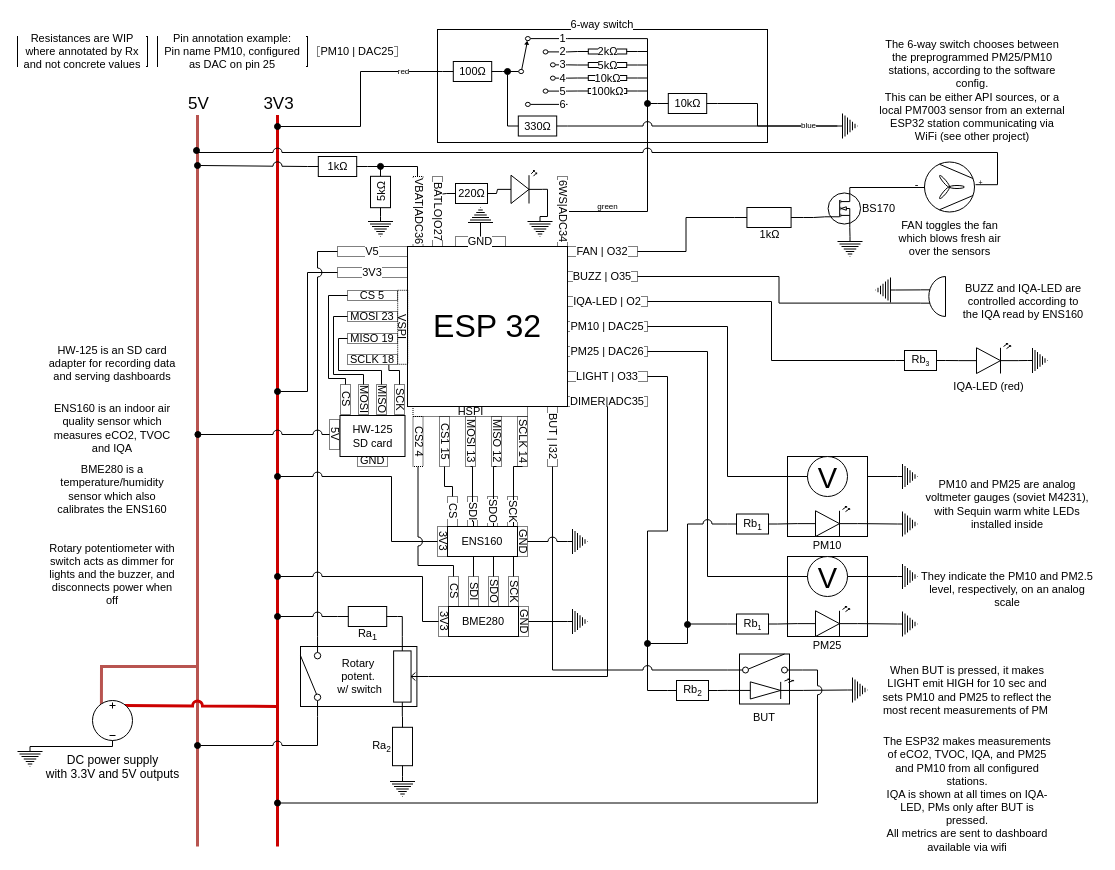
Before: airstation-base.drawio in maclav3/airstation, a draw.io diagram. Source tidied: cells renumbered, new cells numbered last; positions are measured from the earlier drawing's top-left corner, leaving out a move shared by most shapes. Both pictures are drawn from the tidied source at 100%, with x=0, y=0 at pixel (17, 29).
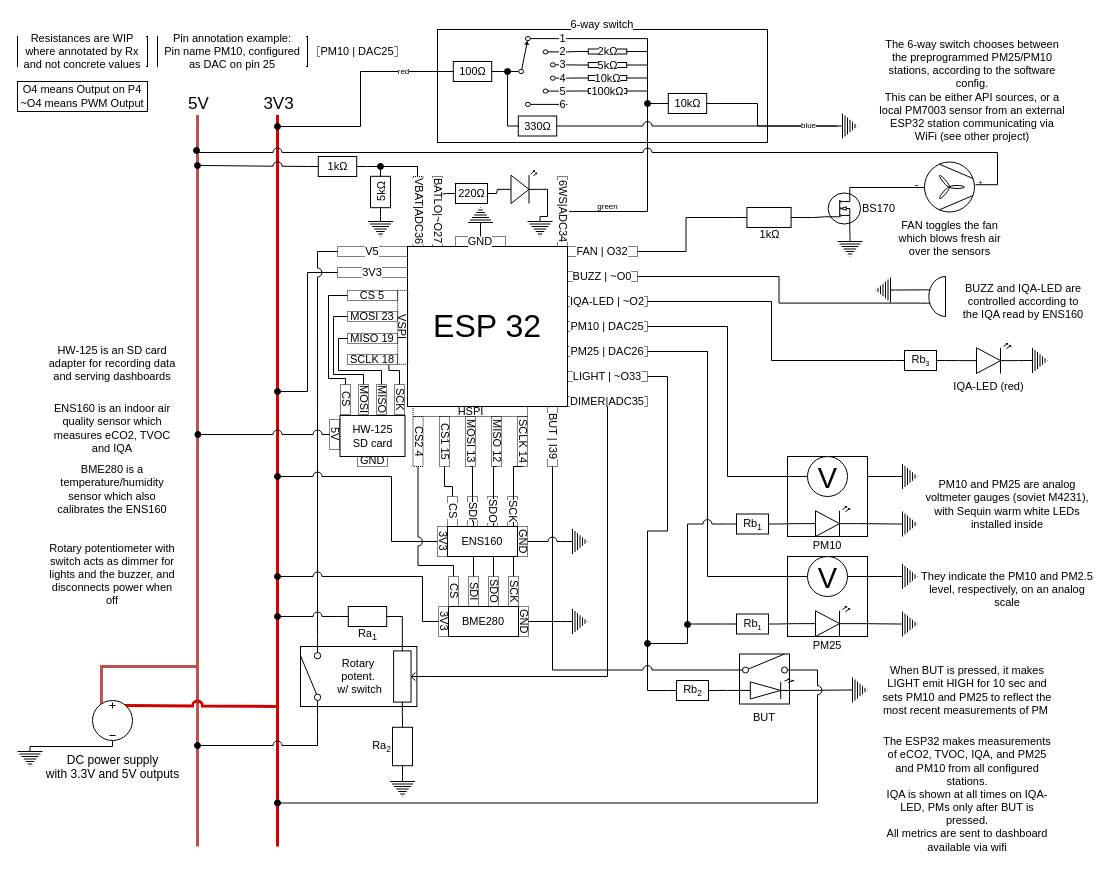
After the change.

The change refers to these unchanged cells:
```xml
<mxCell id="43" style="group;" parent="1" vertex="1">
  <mxGeometry x="320" y="217" width="310" height="220" as="geometry" />
</mxCell>
<mxCell id="44" style="group;" parent="43" vertex="1">
  <mxGeometry width="310" height="220" as="geometry" />
</mxCell>
```

What changed in the source:
```diff
@@
-    <mxCell id="46" value="BUZZ | O35" style="text;html=1;align=center;verticalAlign=middle;whiteSpace=wrap;rounded=0;fontFamily=Helvetica;fontSize=11;fontColor=default;labelBackgroundColor=default;fillColor=none;strokeColor=default;dashed=1;dashPattern=1 1;" parent="44" vertex="1">
+    <mxCell id="46" value="BUZZ | ~O0" style="text;html=1;align=center;verticalAlign=middle;whiteSpace=wrap;rounded=0;fontFamily=Helvetica;fontSize=11;fontColor=default;labelBackgroundColor=default;fillColor=none;strokeColor=default;dashed=1;dashPattern=1 1;" parent="44" vertex="1">
       <mxGeometry x="230" y="25" width="70" height="10" as="geometry" />
     </mxCell>
-    <mxCell id="47" value="IQA-LED | O2" style="text;html=1;align=center;verticalAlign=middle;whiteSpace=wrap;rounded=0;fontFamily=Helvetica;fontSize=11;fontColor=default;labelBackgroundColor=default;fillColor=none;strokeColor=default;dashed=1;dashPattern=1 1;" parent="44" vertex="1">
+    <mxCell id="47" value="IQA-LED | ~O2" style="text;html=1;align=center;verticalAlign=middle;whiteSpace=wrap;rounded=0;fontFamily=Helvetica;fontSize=11;fontColor=default;labelBackgroundColor=default;fillColor=none;strokeColor=default;dashed=1;dashPattern=1 1;" parent="44" vertex="1">
       <mxGeometry x="230" y="50" width="80" height="10" as="geometry" />
     </mxCell>
@@
-    <mxCell id="50" value="LIGHT | O33" style="text;html=1;align=center;verticalAlign=middle;whiteSpace=wrap;rounded=0;fontFamily=Helvetica;fontSize=11;fontColor=default;labelBackgroundColor=default;fillColor=none;strokeColor=default;dashed=1;dashPattern=1 1;" parent="44" vertex="1">
+    <mxCell id="50" value="LIGHT | ~O33" style="text;html=1;align=center;verticalAlign=middle;whiteSpace=wrap;rounded=0;fontFamily=Helvetica;fontSize=11;fontColor=default;labelBackgroundColor=default;fillColor=none;strokeColor=default;dashed=1;dashPattern=1 1;" parent="44" vertex="1">
       <mxGeometry x="230" y="125" width="80" height="10" as="geometry" />
     </mxCell>
@@
-    <mxCell id="71" value="BUT | I32" style="text;html=1;align=center;verticalAlign=middle;whiteSpace=wrap;rounded=0;fontFamily=Helvetica;fontSize=11;fontColor=default;labelBackgroundColor=default;fillColor=none;strokeColor=default;dashed=1;textDirection=vertical-rl;horizontal=1;direction=south;dashPattern=1 1;" parent="43" vertex="1">
+    <mxCell id="71" value="BUT | I39" style="text;html=1;align=center;verticalAlign=middle;whiteSpace=wrap;rounded=0;fontFamily=Helvetica;fontSize=11;fontColor=default;labelBackgroundColor=default;fillColor=none;strokeColor=default;dashed=1;textDirection=vertical-rl;horizontal=1;direction=south;dashPattern=1 1;" parent="43" vertex="1">
       <mxGeometry x="210" y="160" width="10" height="60" as="geometry" />
     </mxCell>
@@
-    <mxCell id="117" value="BATLO|O27" style="text;html=1;align=center;verticalAlign=middle;whiteSpace=wrap;rounded=0;fontFamily=Helvetica;fontSize=11;fontColor=default;labelBackgroundColor=default;fillColor=none;strokeColor=default;dashed=1;textDirection=vertical-rl;horizontal=1;direction=south;dashPattern=1 1;" parent="1" vertex="1">
+    <mxCell id="117" value="BATLO|~O27" style="text;html=1;align=center;verticalAlign=middle;whiteSpace=wrap;rounded=0;fontFamily=Helvetica;fontSize=11;fontColor=default;labelBackgroundColor=default;fillColor=none;strokeColor=default;dashed=1;textDirection=vertical-rl;horizontal=1;direction=south;dashPattern=1 1;" parent="1" vertex="1">
       <mxGeometry x="415" y="147" width="10" height="70" as="geometry" />
     </mxCell>
@@
+    <mxCell id="206" value="O4 means Output on P4&lt;div&gt;~O4 means PWM Output&lt;/div&gt;" style="text;html=1;align=center;verticalAlign=middle;whiteSpace=wrap;rounded=0;fontFamily=Helvetica;fontSize=11;fontColor=default;labelBackgroundColor=default;strokeColor=default;" parent="1" vertex="1">
+      <mxGeometry y="52" width="130" height="30" as="geometry" />
+    </mxCell>
```
